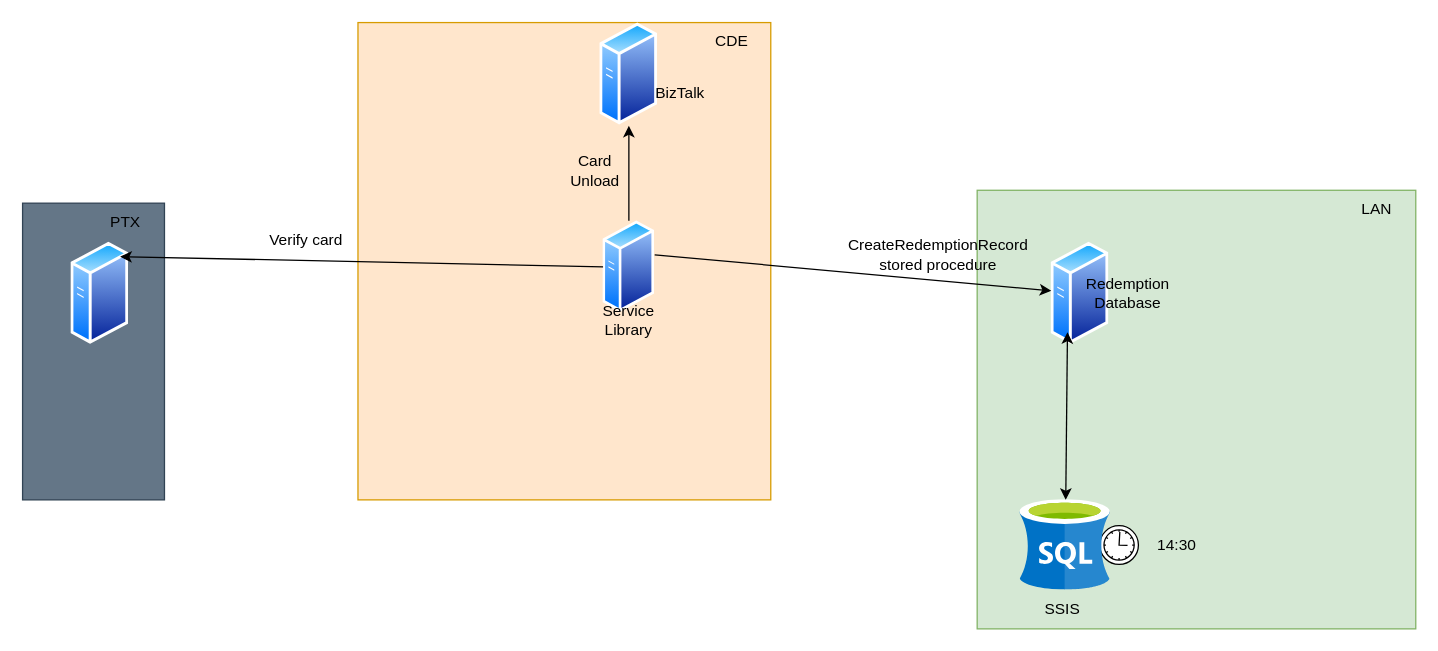
Earlier version of the draw.io diagram DigitalWithdrawalsLowLevelDiagram2.drawio (mattwatts36/drawings). Source tidied: cells renumbered, new cells numbered last; positions are measured from the earlier drawing's top-left corner, leaving out a move shared by most shapes. Both pictures are drawn from the tidied source at 129%, with x=0, y=0 at pixel (22, 22).
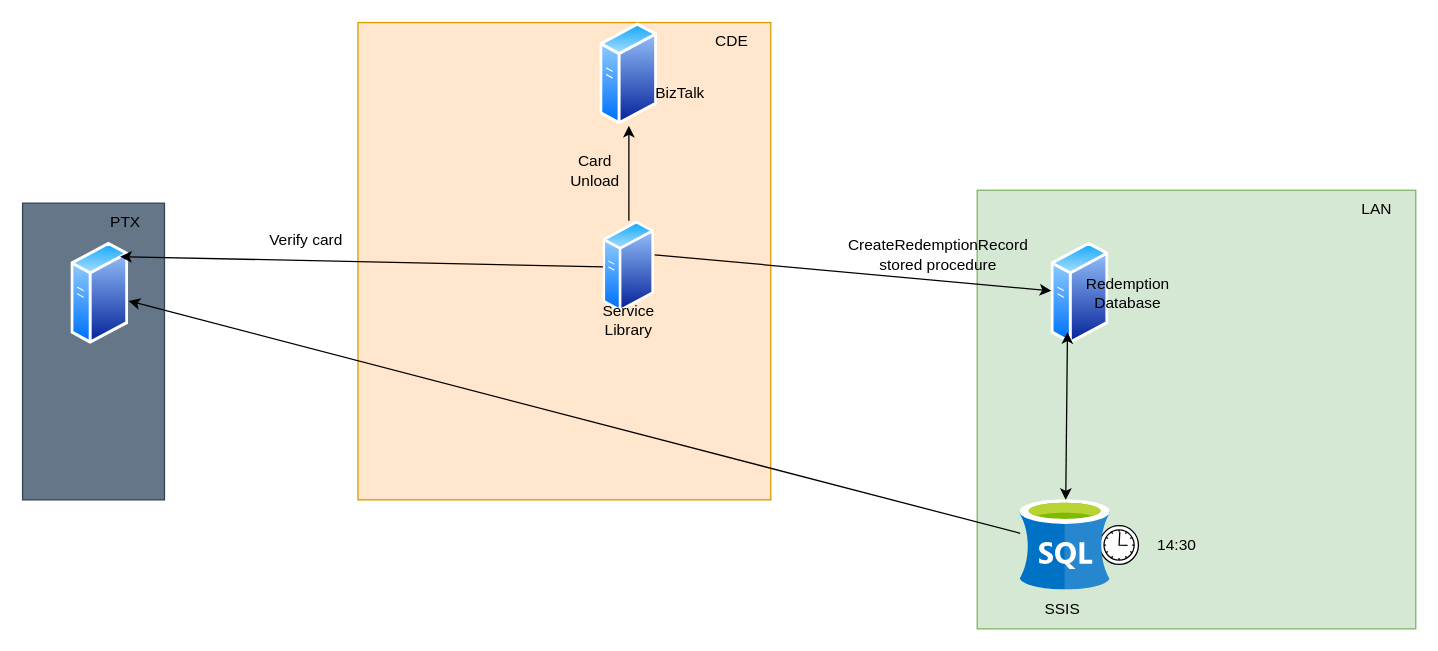
Above is the later version.

Commit message:
Added line from SSIS to PTX

The change refers to these unchanged cells:
```xml
<mxCell id="9" style="image;perimeter=ellipsePerimeter;html=1;align=center;shadow=0;dashed=0;spacingTop=3;image=img/lib/active_directory/generic_server.svg;" parent="1" vertex="1">
  <mxGeometry x="37.6" y="170" width="44.8" height="80" as="geometry" />
</mxCell>
<mxCell id="16" style="image;sketch=0;html=1;points=[];align=center;fontSize=12;image=img/lib/mscae/dep/SQL_Server_Stretch_DB.svg;" parent="1" vertex="1">
  <mxGeometry x="773.3" y="370" width="70" height="70" as="geometry" />
</mxCell>
```

Diff of the diagram source:
```diff
@@
+    <mxCell id="26" style="endArrow=classic;html=1;rounded=0;" parent="1" edge="1" source="16" target="9">
+      <mxGeometry relative="1" as="geometry" />
+    </mxCell>
```
